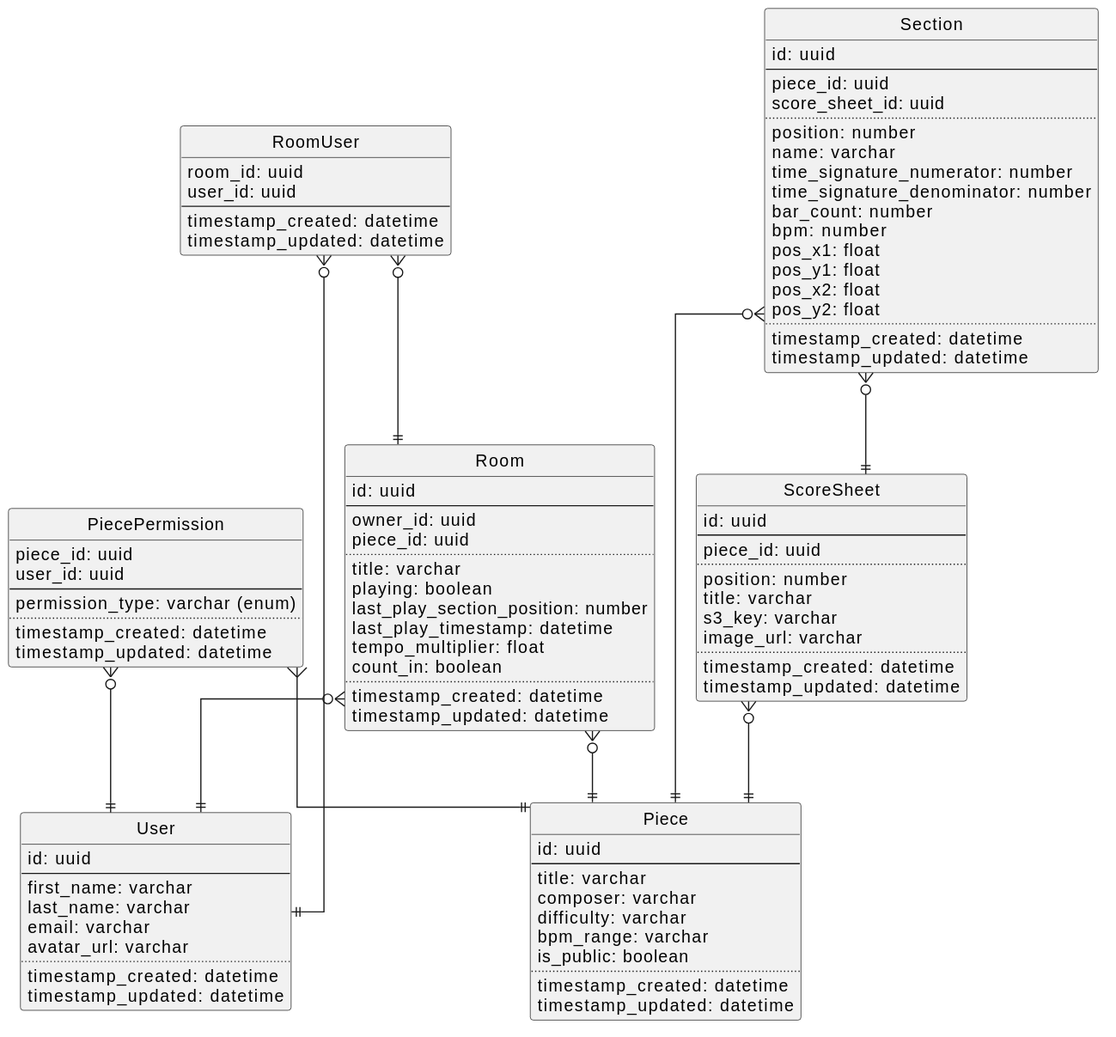
rafaelurben/sheetmusic-learner keeps this PlantUML diagram as docs/assets/diagrams/database-diagram.svg. Above is the earlier version.
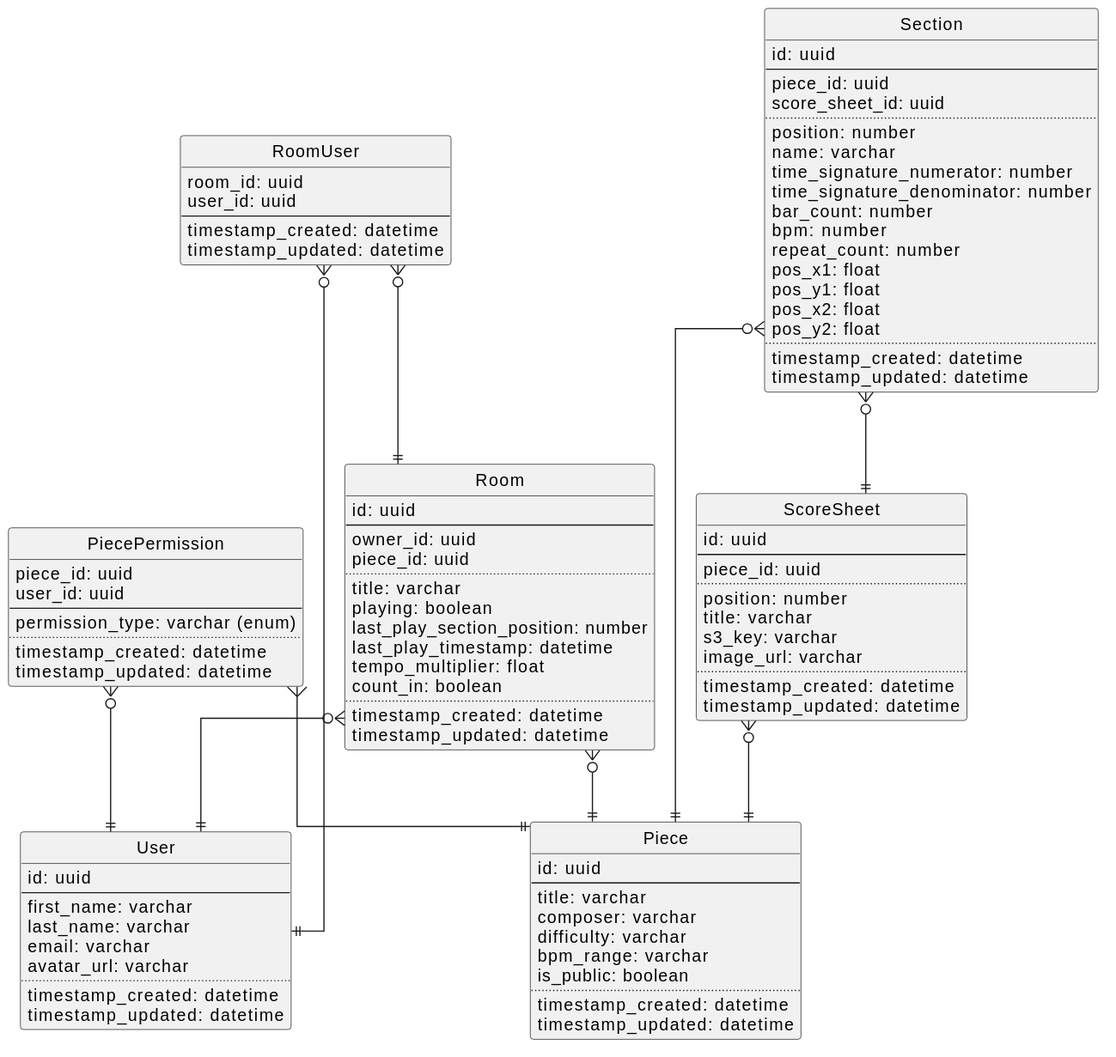
The same diagram one commit later.

Change to the diagram source:
```diff
@@ -54,6 +54,7 @@
   time_signature_denominator: number
   bar_count: number
   bpm: number
+  repeat_count: number
   pos_x1: float
   pos_y1: float
   pos_x2: float
```
